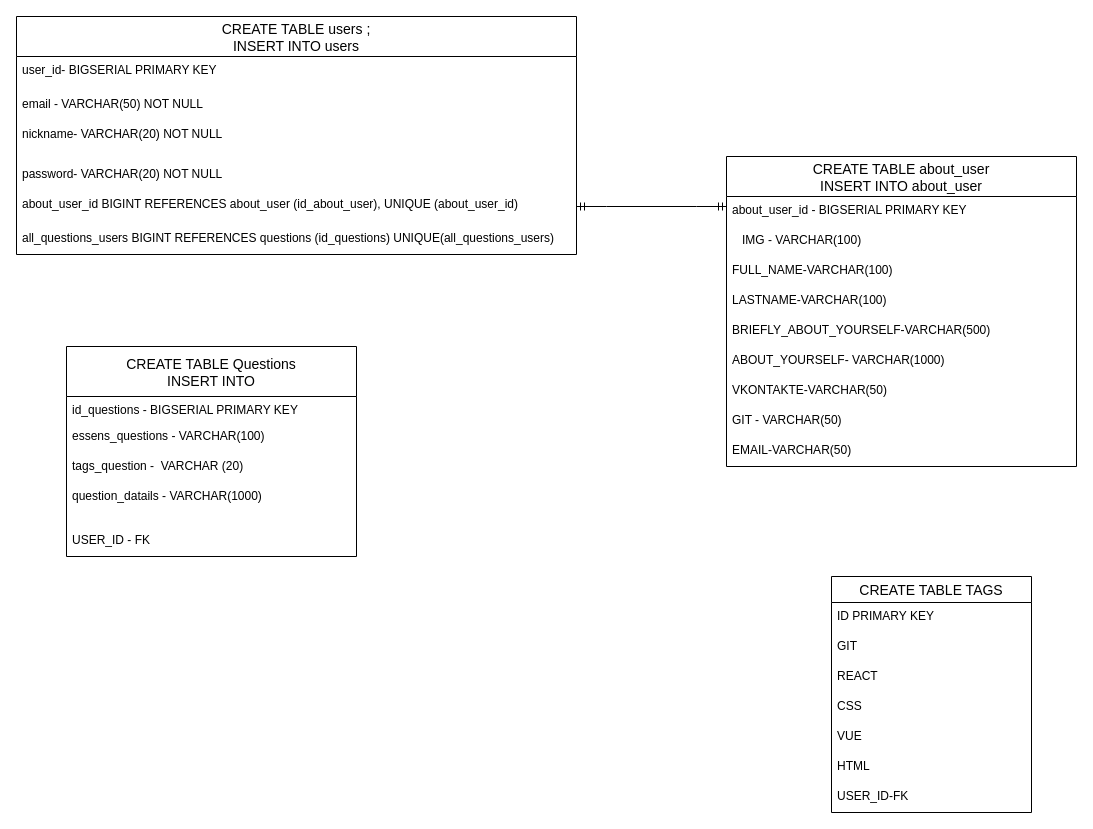
Earlier version of the draw.io diagram Таблица сущностей2.drawio (AleksandrSmirnov92/BlogCopyHabr). Source tidied: cells renumbered, new cells numbered last; positions are measured from the earlier drawing's top-left corner, leaving out a move shared by most shapes. Both pictures are drawn from the tidied source at 100%, with x=0, y=0 at pixel (16, 16).
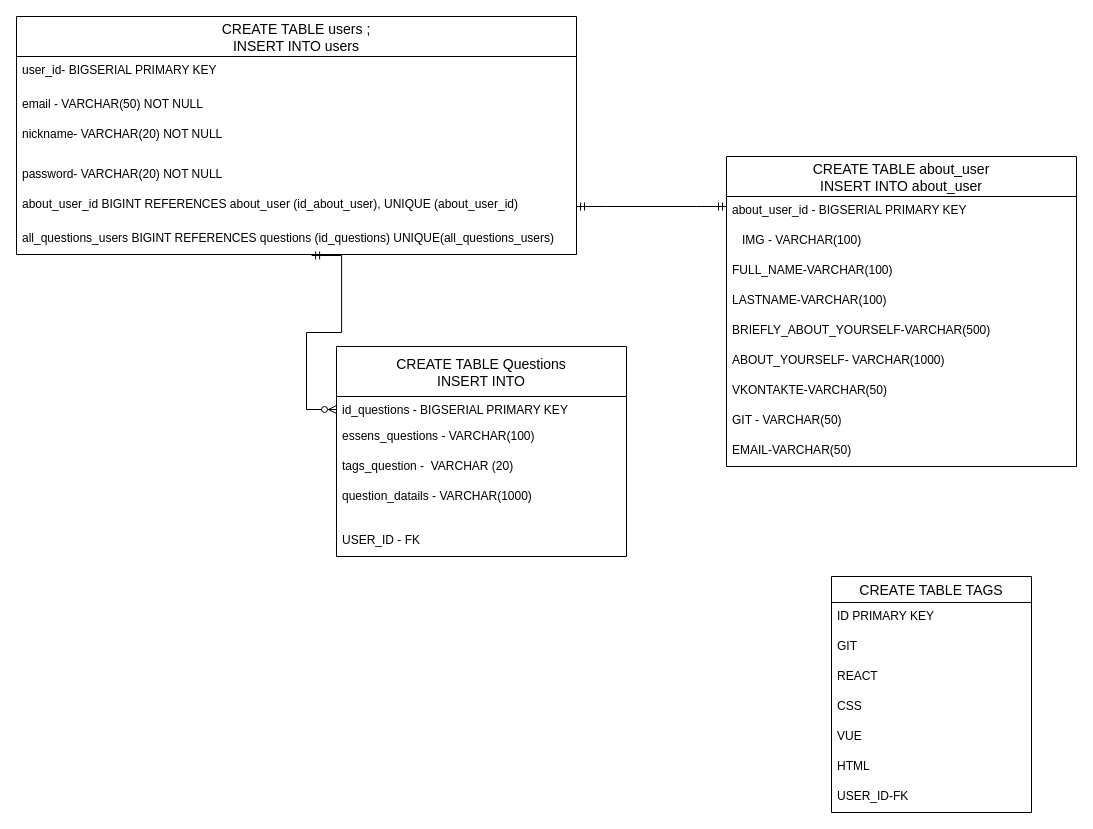
The same diagram, later.

Commit message:
Делаю таблицу сущностей

Unchanged cells that the change refers to:
```xml
<mxCell id="8" value="all_questions_users BIGINT REFERENCES questions (id_questions) UNIQUE(all_questions_users)" style="text;strokeColor=none;fillColor=none;spacingLeft=4;spacingRight=4;overflow=hidden;points=[[0,0.5],[1,0.5]];portConstraint=eastwest;fontSize=12;" parent="2" vertex="1">
  <mxGeometry y="208" width="560" height="30" as="geometry" />
</mxCell>
<mxCell id="28" value="id_questions - BIGSERIAL PRIMARY KEY" style="text;strokeColor=none;fillColor=none;spacingLeft=4;spacingRight=4;overflow=hidden;points=[[0,0.5],[1,0.5]];portConstraint=eastwest;fontSize=12;" parent="27" vertex="1">
  <mxGeometry y="50" width="290" height="26" as="geometry" />
</mxCell>
```

What changed in the source:
```diff
@@
     <mxCell id="27" value="CREATE TABLE Questions&#10;INSERT INTO" style="swimlane;fontStyle=0;horizontal=1;startSize=50;align=center;fontSize=14;" parent="1" vertex="1">
-      <mxGeometry x="50" y="330" width="290" height="210" as="geometry" />
+      <mxGeometry x="320" y="330" width="290" height="210" as="geometry" />
     </mxCell>
@@
+    <mxCell id="34" style="edgeStyle=entityRelationEdgeStyle;fontSize=12;html=1;endArrow=ERzeroToMany;startArrow=ERmandOne;rounded=0;exitX=0.527;exitY=1.033;exitDx=0;exitDy=0;exitPerimeter=0;entryX=0;entryY=0.5;entryDx=0;entryDy=0;" parent="1" edge="1" source="8" target="28">
+      <mxGeometry relative="1" as="geometry" />
+    </mxCell>
```
